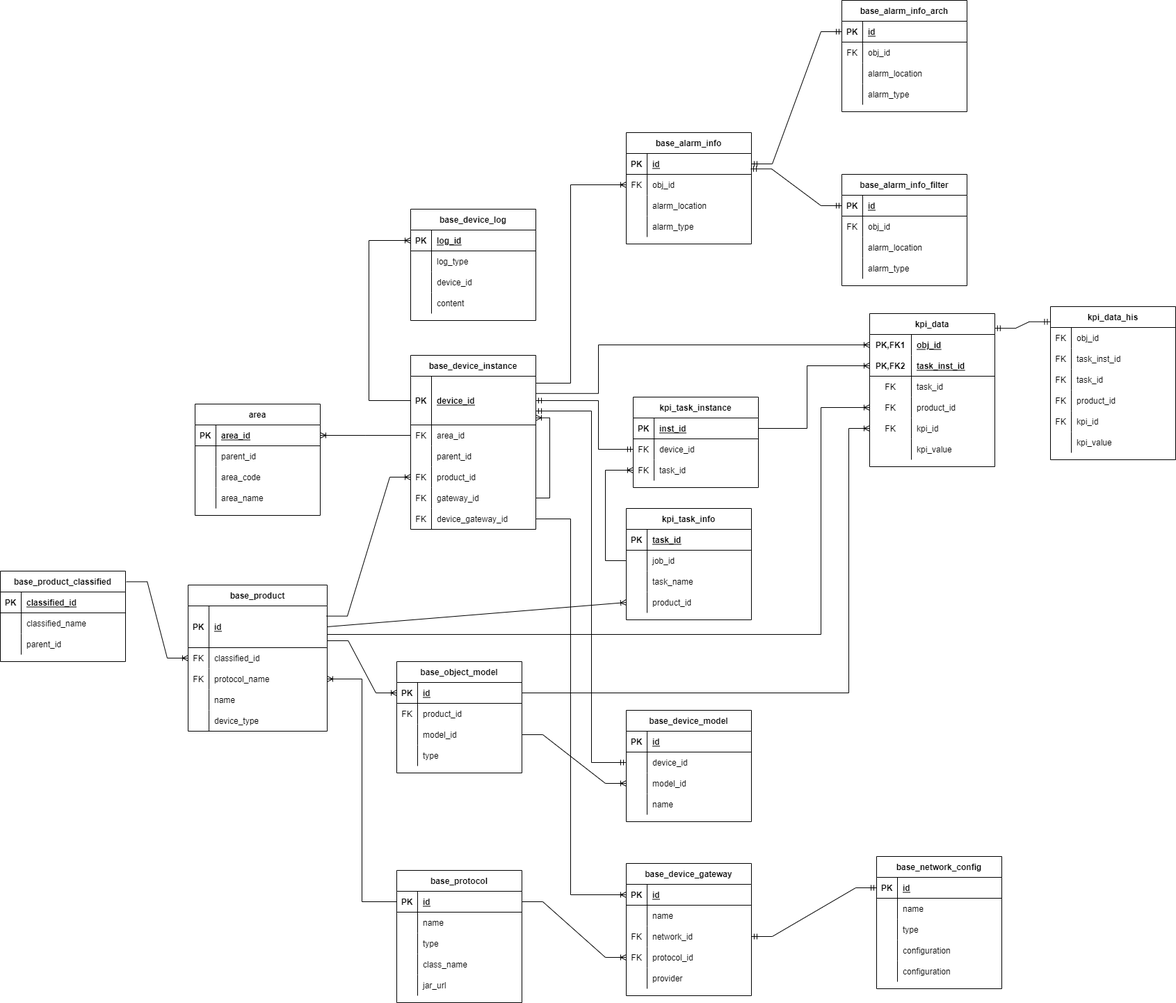
liuyucai/springcloud-config keeps this draw.io diagram as Untitled Diagram.drawio.png. Above is the earlier version. Source tidied: cells renumbered, new cells last; positions are measured from the earlier drawing's top-left corner, leaving out a move shared by most shapes.
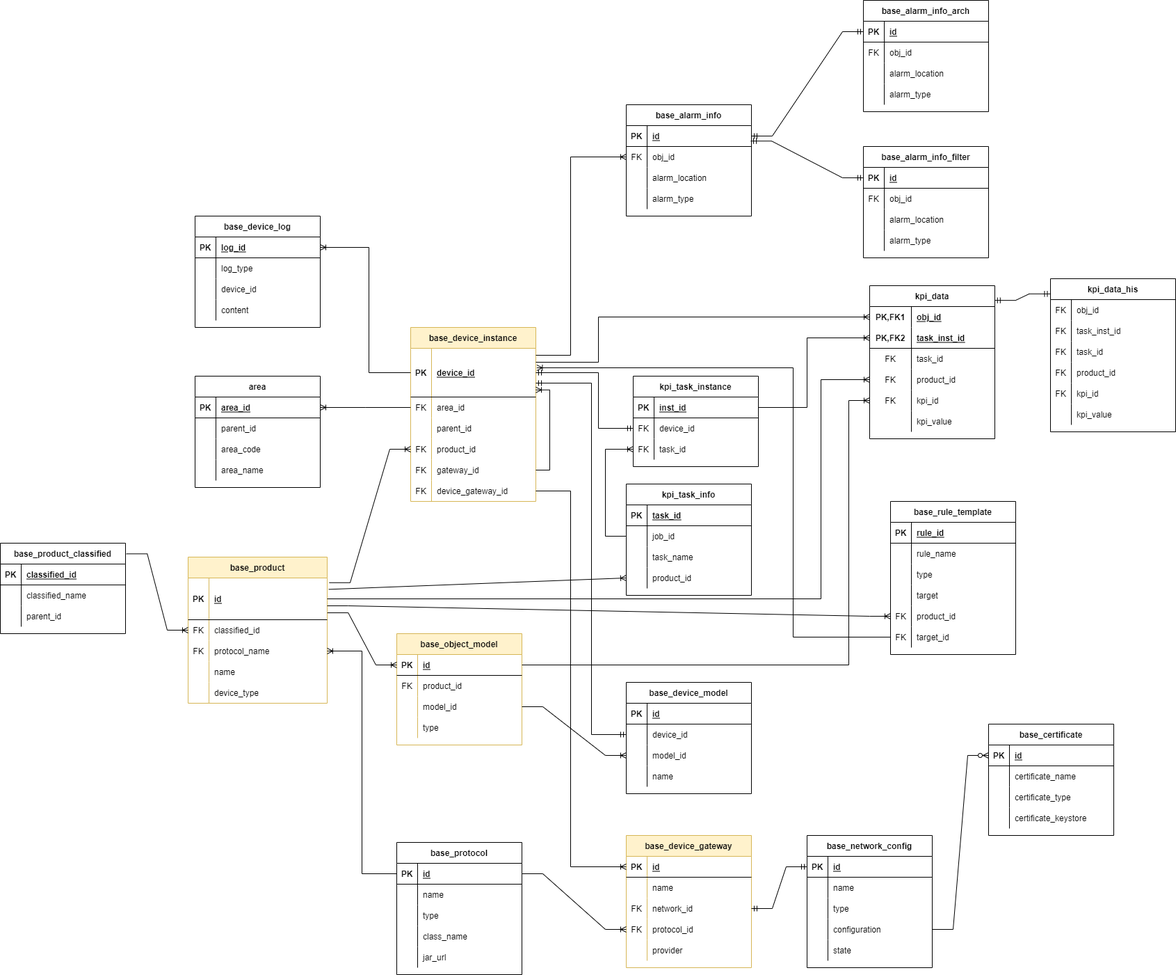
Above is the later version.

Change to the diagram source:
```diff
@@ -4,3 +4,3 @@
     <mxCell id="1" parent="0" />
-    <mxCell id="2" value="base_product" style="shape=table;startSize=30;rowLines=0;fontStyle=1;align=center;" parent="1" vertex="1">
+    <mxCell id="2" value="base_product" style="shape=table;startSize=30;rowLines=0;fontStyle=1;align=center;fillColor=#fff2cc;strokeColor=#d6b656;" parent="1" vertex="1">
       <mxGeometry x="270" y="840" width="200" height="210" as="geometry" />
@@ -52,3 +52,3 @@
     </mxCell>
-    <mxCell id="18" value="base_device_instance" style="shape=table;startSize=30;rowLines=0;fontStyle=1;align=center;" parent="1" vertex="1">
+    <mxCell id="18" value="base_device_instance" style="shape=table;startSize=30;rowLines=0;fontStyle=1;align=center;fillColor=#fff2cc;strokeColor=#d6b656;" parent="1" vertex="1">
       <mxGeometry x="590" y="510" width="180" height="250" as="geometry" />
@@ -116,3 +116,3 @@
     </mxCell>
-    <mxCell id="38" style="edgeStyle=entityRelationEdgeStyle;fontSize=12;html=1;endArrow=ERoneToMany;rounded=0;exitX=0.995;exitY=0.244;exitDx=0;exitDy=0;entryX=0;entryY=0.5;entryDx=0;entryDy=0;exitPerimeter=0;" parent="1" edge="1" source="3" target="28">
+    <mxCell id="38" style="edgeStyle=entityRelationEdgeStyle;fontSize=12;html=1;endArrow=ERoneToMany;rounded=0;exitX=1.015;exitY=0.113;exitDx=0;exitDy=0;entryX=0;entryY=0.5;entryDx=0;entryDy=0;exitPerimeter=0;" parent="1" edge="1" source="3" target="28">
       <mxGeometry relative="1" as="geometry" />
@@ -161,3 +161,3 @@
     </mxCell>
-    <mxCell id="53" value="base_object_model" style="shape=table;startSize=30;rowLines=0;fontStyle=1;align=center;" parent="1" vertex="1">
+    <mxCell id="53" value="base_object_model" style="shape=table;startSize=30;rowLines=0;fontStyle=1;align=center;fillColor=#fff2cc;strokeColor=#d6b656;" parent="1" vertex="1">
       <mxGeometry x="570" y="950" width="180" height="160" as="geometry" />
@@ -237,3 +237,3 @@
     <mxCell id="78" value="base_network_config" style="shape=table;startSize=30;rowLines=0;fontStyle=1;align=center;" parent="1" vertex="1">
-      <mxGeometry x="1260" y="1230" width="180" height="190" as="geometry" />
+      <mxGeometry x="1160" y="1240" width="180" height="190" as="geometry" />
     </mxCell>
@@ -281,3 +281,3 @@
     </mxCell>
-    <mxCell id="93" value="configuration" style="shape=partialRectangle;fillColor=none;top=0;left=0;bottom=0;right=0;align=left;spacingLeft=6;overflow=hidden;" parent="91" vertex="1">
+    <mxCell id="93" value="state" style="shape=partialRectangle;fillColor=none;top=0;left=0;bottom=0;right=0;align=left;spacingLeft=6;overflow=hidden;" parent="91" vertex="1">
       <mxGeometry x="30" width="150" height="30" as="geometry" />
@@ -340,3 +340,3 @@
     </mxCell>
-    <mxCell id="111" value="base_device_gateway" style="shape=table;startSize=30;rowLines=0;fontStyle=1;align=center;" parent="1" vertex="1">
+    <mxCell id="111" value="base_device_gateway" style="shape=table;startSize=30;rowLines=0;fontStyle=1;align=center;fillColor=#fff2cc;strokeColor=#d6b656;" parent="1" vertex="1">
       <mxGeometry x="900" y="1240" width="180" height="190" as="geometry" />
@@ -445,3 +445,3 @@
     <mxCell id="144" value="base_device_log" style="shape=table;startSize=30;rowLines=0;fontStyle=1;align=center;" parent="1" vertex="1">
-      <mxGeometry x="590" y="300" width="180" height="160" as="geometry" />
+      <mxGeometry x="280" y="350" width="180" height="160" as="geometry" />
     </mxCell>
@@ -483,3 +483,3 @@
     </mxCell>
-    <mxCell id="157" style="edgeStyle=elbowEdgeStyle;fontSize=12;html=1;endArrow=ERoneToMany;rounded=0;exitX=0;exitY=0.5;exitDx=0;exitDy=0;entryX=0;entryY=0.5;entryDx=0;entryDy=0;" parent="1" edge="1" source="19" target="145">
+    <mxCell id="157" style="edgeStyle=elbowEdgeStyle;fontSize=12;html=1;endArrow=ERoneToMany;rounded=0;exitX=0;exitY=0.5;exitDx=0;exitDy=0;entryX=1;entryY=0.5;entryDx=0;entryDy=0;" parent="1" edge="1" source="19" target="145">
       <mxGeometry relative="1" as="geometry">
@@ -491,3 +491,3 @@
     <mxCell id="158" value="kpi_task_info" style="shape=table;startSize=30;rowLines=0;fontStyle=1;align=center;" parent="1" vertex="1">
-      <mxGeometry x="900" y="730" width="180" height="160" as="geometry" />
+      <mxGeometry x="900" y="735" width="180" height="160" as="geometry" />
     </mxCell>
@@ -530,3 +530,3 @@
     <mxCell id="171" value="kpi_task_instance" style="shape=table;startSize=30;rowLines=0;fontStyle=1;align=center;" parent="1" vertex="1">
-      <mxGeometry x="910" y="570" width="180" height="130" as="geometry" />
+      <mxGeometry x="910" y="580" width="180" height="130" as="geometry" />
     </mxCell>
@@ -559,3 +559,3 @@
     </mxCell>
-    <mxCell id="181" style="fontSize=12;html=1;endArrow=ERmandOne;startArrow=ERmandOne;rounded=0;entryX=0;entryY=0.5;entryDx=0;entryDy=0;exitX=1;exitY=0.5;exitDx=0;exitDy=0;edgeStyle=orthogonalEdgeStyle;" parent="1" edge="1" source="19" target="175">
+    <mxCell id="181" style="fontSize=12;html=1;endArrow=ERmandOne;startArrow=ERmandOne;rounded=0;exitX=1;exitY=0.5;exitDx=0;exitDy=0;edgeStyle=orthogonalEdgeStyle;" parent="1" edge="1" source="19" target="175">
       <mxGeometry relative="1" as="geometry">
@@ -563,3 +563,3 @@
           <mxPoint x="860" y="575" />
-          <mxPoint x="860" y="645" />
+          <mxPoint x="860" y="655" />
         </Array>
@@ -615,3 +615,3 @@
     <mxCell id="196" value="base_alarm_info_arch" style="shape=table;startSize=30;rowLines=0;fontStyle=1;align=center;" parent="1" vertex="1">
-      <mxGeometry x="1210" width="180" height="160" as="geometry" />
+      <mxGeometry x="1241" y="40" width="180" height="160" as="geometry" />
     </mxCell>
@@ -657,3 +657,3 @@
     <mxCell id="210" value="base_alarm_info_filter" style="shape=table;startSize=30;rowLines=0;fontStyle=1;align=center;" parent="1" vertex="1">
-      <mxGeometry x="1210" y="250" width="180" height="160" as="geometry" />
+      <mxGeometry x="1241" y="250" width="180" height="160" as="geometry" />
     </mxCell>
@@ -812,4 +812,5 @@
     </mxCell>
-    <mxCell id="262" style="edgeStyle=elbowEdgeStyle;fontSize=12;html=1;endArrow=ERoneToMany;rounded=0;entryX=0;entryY=0.5;entryDx=0;entryDy=0;exitX=1;exitY=0.354;exitDx=0;exitDy=0;exitPerimeter=0;" parent="1" edge="1" source="19" target="225">
+    <mxCell id="262" style="edgeStyle=elbowEdgeStyle;fontSize=12;html=1;endArrow=ERoneToMany;rounded=0;entryX=0;entryY=0.5;entryDx=0;entryDy=0;" parent="1" edge="1" target="225">
       <mxGeometry relative="1" as="geometry">
+        <mxPoint x="770" y="560" as="sourcePoint" />
         <Array as="points">
@@ -833,3 +834,3 @@
     </mxCell>
-    <mxCell id="264" style="fontSize=12;html=1;endArrow=ERoneToMany;rounded=0;exitX=1;exitY=0.5;exitDx=0;exitDy=0;entryX=0;entryY=0.5;entryDx=0;entryDy=0;" parent="1" edge="1" source="3" target="168">
+    <mxCell id="264" style="fontSize=12;html=1;endArrow=ERoneToMany;rounded=0;exitX=1.011;exitY=0.273;exitDx=0;exitDy=0;entryX=0;entryY=0.5;entryDx=0;entryDy=0;exitPerimeter=0;" parent="1" edge="1" source="3" target="168">
       <mxGeometry relative="1" as="geometry" />
@@ -843,5 +844,4 @@
     </mxCell>
-    <mxCell id="266" style="edgeStyle=elbowEdgeStyle;fontSize=12;html=1;endArrow=ERoneToMany;rounded=0;" parent="1" edge="1" target="234">
+    <mxCell id="266" style="edgeStyle=elbowEdgeStyle;fontSize=12;html=1;endArrow=ERoneToMany;rounded=0;exitX=1;exitY=0.5;exitDx=0;exitDy=0;" parent="1" edge="1" source="3" target="234">
       <mxGeometry relative="1" as="geometry">
-        <mxPoint x="470" y="911" as="sourcePoint" />
         <Array as="points">
@@ -868,2 +868,113 @@
     </mxCell>
+    <mxCell id="270" value="base_certificate" style="shape=table;startSize=30;rowLines=0;fontStyle=1;align=center;" parent="1" vertex="1">
+      <mxGeometry x="1421" y="1080" width="180" height="160" as="geometry" />
+    </mxCell>
+    <mxCell id="271" style="shape=tableRow;horizontal=0;startSize=0;swimlaneHead=0;swimlaneBody=0;fillColor=none;points=[[0,0.5],[1,0.5]];portConstraint=eastwest;top=0;left=0;right=0;bottom=1;" parent="270" vertex="1">
+      <mxGeometry y="30" width="180" height="30" as="geometry" />
+    </mxCell>
+    <mxCell id="272" value="PK" style="shape=partialRectangle;fillColor=none;top=0;left=0;bottom=0;right=0;fontStyle=1;overflow=hidden;" parent="271" vertex="1">
+      <mxGeometry width="30" height="30" as="geometry" />
+    </mxCell>
+    <mxCell id="273" value="id" style="shape=partialRectangle;fillColor=none;top=0;left=0;bottom=0;right=0;align=left;spacingLeft=6;fontStyle=5;overflow=hidden;" parent="271" vertex="1">
+      <mxGeometry x="30" width="150" height="30" as="geometry" />
+    </mxCell>
+    <mxCell id="274" style="shape=tableRow;horizontal=0;startSize=0;swimlaneHead=0;swimlaneBody=0;fillColor=none;top=0;left=0;right=0;bottom=0;" parent="270" vertex="1">
+      <mxGeometry y="60" width="180" height="30" as="geometry" />
+    </mxCell>
+    <mxCell id="275" style="shape=partialRectangle;fillColor=none;top=0;left=0;bottom=0;right=0;overflow=hidden;" parent="274" vertex="1">
+      <mxGeometry width="30" height="30" as="geometry" />
+    </mxCell>
+    <mxCell id="276" value="certificate_name" style="shape=partialRectangle;fillColor=none;top=0;left=0;bottom=0;right=0;align=left;spacingLeft=6;overflow=hidden;" parent="274" vertex="1">
+      <mxGeometry x="30" width="150" height="30" as="geometry" />
+    </mxCell>
+    <mxCell id="277" style="shape=tableRow;horizontal=0;startSize=0;swimlaneHead=0;swimlaneBody=0;fillColor=none;top=0;left=0;right=0;bottom=0;" parent="270" vertex="1">
+      <mxGeometry y="90" width="180" height="30" as="geometry" />
+    </mxCell>
+    <mxCell id="278" style="shape=partialRectangle;fillColor=none;top=0;left=0;bottom=0;right=0;overflow=hidden;" parent="277" vertex="1">
+      <mxGeometry width="30" height="30" as="geometry" />
+    </mxCell>
+    <mxCell id="279" value="certificate_type" style="shape=partialRectangle;fillColor=none;top=0;left=0;bottom=0;right=0;align=left;spacingLeft=6;overflow=hidden;" parent="277" vertex="1">
+      <mxGeometry x="30" width="150" height="30" as="geometry" />
+    </mxCell>
+    <mxCell id="280" style="shape=tableRow;horizontal=0;startSize=0;swimlaneHead=0;swimlaneBody=0;fillColor=none;top=0;left=0;right=0;bottom=0;" parent="270" vertex="1">
+      <mxGeometry y="120" width="180" height="30" as="geometry" />
+    </mxCell>
+    <mxCell id="281" style="shape=partialRectangle;fillColor=none;top=0;left=0;bottom=0;right=0;overflow=hidden;" parent="280" vertex="1">
+      <mxGeometry width="30" height="30" as="geometry" />
+    </mxCell>
+    <mxCell id="282" value="certificate_keystore" style="shape=partialRectangle;fillColor=none;top=0;left=0;bottom=0;right=0;align=left;spacingLeft=6;overflow=hidden;" parent="280" vertex="1">
+      <mxGeometry x="30" width="150" height="30" as="geometry" />
+    </mxCell>
+    <mxCell id="283" style="edgeStyle=entityRelationEdgeStyle;fontSize=12;html=1;endArrow=ERzeroToMany;endFill=1;rounded=0;exitX=1;exitY=0.5;exitDx=0;exitDy=0;entryX=0;entryY=0.5;entryDx=0;entryDy=0;" parent="1" edge="1" source="88" target="271">
+      <mxGeometry relative="1" as="geometry" />
+    </mxCell>
+    <mxCell id="284" value="base_rule_template" style="shape=table;startSize=30;rowLines=0;fontStyle=1;align=center;" parent="1" vertex="1">
+      <mxGeometry x="1280" y="760" width="180" height="220" as="geometry" />
+    </mxCell>
+    <mxCell id="285" style="shape=tableRow;horizontal=0;startSize=0;swimlaneHead=0;swimlaneBody=0;fillColor=none;top=0;left=0;right=0;bottom=1;" parent="284" vertex="1">
+      <mxGeometry y="30" width="180" height="30" as="geometry" />
+    </mxCell>
+    <mxCell id="286" value="PK" style="shape=partialRectangle;fillColor=none;top=0;left=0;bottom=0;right=0;fontStyle=1;overflow=hidden;" parent="285" vertex="1">
+      <mxGeometry width="30" height="30" as="geometry" />
+    </mxCell>
+    <mxCell id="287" value="rule_id" style="shape=partialRectangle;fillColor=none;top=0;left=0;bottom=0;right=0;align=left;spacingLeft=6;fontStyle=5;overflow=hidden;" parent="285" vertex="1">
+      <mxGeometry x="30" width="150" height="30" as="geometry" />
+    </mxCell>
+    <mxCell id="288" style="shape=tableRow;horizontal=0;startSize=0;swimlaneHead=0;swimlaneBody=0;fillColor=none;top=0;left=0;right=0;bottom=0;" parent="284" vertex="1">
+      <mxGeometry y="60" width="180" height="30" as="geometry" />
+    </mxCell>
+    <mxCell id="289" style="shape=partialRectangle;fillColor=none;top=0;left=0;bottom=0;right=0;overflow=hidden;" parent="288" vertex="1">
+      <mxGeometry width="30" height="30" as="geometry" />
+    </mxCell>
+    <mxCell id="290" value="rule_name" style="shape=partialRectangle;fillColor=none;top=0;left=0;bottom=0;right=0;align=left;spacingLeft=6;overflow=hidden;" parent="288" vertex="1">
+      <mxGeometry x="30" width="150" height="30" as="geometry" />
+    </mxCell>
+    <mxCell id="291" style="shape=tableRow;horizontal=0;startSize=0;swimlaneHead=0;swimlaneBody=0;fillColor=none;top=0;left=0;right=0;bottom=0;" parent="284" vertex="1">
+      <mxGeometry y="90" width="180" height="30" as="geometry" />
+    </mxCell>
+    <mxCell id="292" style="shape=partialRectangle;fillColor=none;top=0;left=0;bottom=0;right=0;overflow=hidden;" parent="291" vertex="1">
+      <mxGeometry width="30" height="30" as="geometry" />
+    </mxCell>
+    <mxCell id="293" value="type" style="shape=partialRectangle;fillColor=none;top=0;left=0;bottom=0;right=0;align=left;spacingLeft=6;overflow=hidden;" parent="291" vertex="1">
+      <mxGeometry x="30" width="150" height="30" as="geometry" />
+    </mxCell>
+    <mxCell id="294" style="shape=tableRow;horizontal=0;startSize=0;swimlaneHead=0;swimlaneBody=0;fillColor=none;top=0;left=0;right=0;bottom=0;" parent="284" vertex="1">
+      <mxGeometry y="120" width="180" height="30" as="geometry" />
+    </mxCell>
+    <mxCell id="295" style="shape=partialRectangle;fillColor=none;top=0;left=0;bottom=0;right=0;overflow=hidden;" parent="294" vertex="1">
+      <mxGeometry width="30" height="30" as="geometry" />
+    </mxCell>
+    <mxCell id="296" value="target" style="shape=partialRectangle;fillColor=none;top=0;left=0;bottom=0;right=0;align=left;spacingLeft=6;overflow=hidden;" parent="294" vertex="1">
+      <mxGeometry x="30" width="150" height="30" as="geometry" />
+    </mxCell>
+    <mxCell id="297" style="shape=tableRow;horizontal=0;startSize=0;swimlaneHead=0;swimlaneBody=0;fillColor=none;points=[[0,0.5],[1,0.5]];portConstraint=eastwest;top=0;left=0;right=0;bottom=0;" parent="284" vertex="1">
+      <mxGeometry y="150" width="180" height="30" as="geometry" />
+    </mxCell>
+    <mxCell id="298" value="FK" style="shape=partialRectangle;fillColor=none;top=0;left=0;bottom=0;right=0;fontStyle=0;overflow=hidden;" parent="297" vertex="1">
+      <mxGeometry width="30" height="30" as="geometry" />
+    </mxCell>
+    <mxCell id="299" value="product_id" style="shape=partialRectangle;fillColor=none;top=0;left=0;bottom=0;right=0;align=left;spacingLeft=6;fontStyle=0;overflow=hidden;" parent="297" vertex="1">
+      <mxGeometry x="30" width="150" height="30" as="geometry" />
+    </mxCell>
+    <mxCell id="300" style="shape=tableRow;horizontal=0;startSize=0;swimlaneHead=0;swimlaneBody=0;fillColor=none;points=[[0,0.5],[1,0.5]];portConstraint=eastwest;top=0;left=0;right=0;bottom=0;" parent="284" vertex="1">
+      <mxGeometry y="180" width="180" height="30" as="geometry" />
+    </mxCell>
+    <mxCell id="301" value="FK" style="shape=partialRectangle;fillColor=none;top=0;left=0;bottom=0;right=0;fontStyle=0;overflow=hidden;" parent="300" vertex="1">
+      <mxGeometry width="30" height="30" as="geometry" />
+    </mxCell>
+    <mxCell id="302" value="target_id" style="shape=partialRectangle;fillColor=none;top=0;left=0;bottom=0;right=0;align=left;spacingLeft=6;fontStyle=0;overflow=hidden;" parent="300" vertex="1">
+      <mxGeometry x="30" width="150" height="30" as="geometry" />
+    </mxCell>
+    <mxCell id="303" style="edgeStyle=elbowEdgeStyle;fontSize=12;html=1;endArrow=ERoneToMany;rounded=0;entryX=1.008;entryY=0.4;entryDx=0;entryDy=0;entryPerimeter=0;exitX=0;exitY=0.5;exitDx=0;exitDy=0;" parent="1" edge="1" source="300" target="19">
+      <mxGeometry relative="1" as="geometry">
+        <Array as="points">
+          <mxPoint x="1140" y="750" />
+        </Array>
+      </mxGeometry>
+    </mxCell>
+    <mxCell id="304" style="edgeStyle=entityRelationEdgeStyle;fontSize=12;html=1;endArrow=ERoneToMany;rounded=0;entryX=0;entryY=0.5;entryDx=0;entryDy=0;" parent="1" edge="1" target="297">
+      <mxGeometry relative="1" as="geometry">
+        <mxPoint x="470" y="910" as="sourcePoint" />
+      </mxGeometry>
+    </mxCell>
   </root>
```
